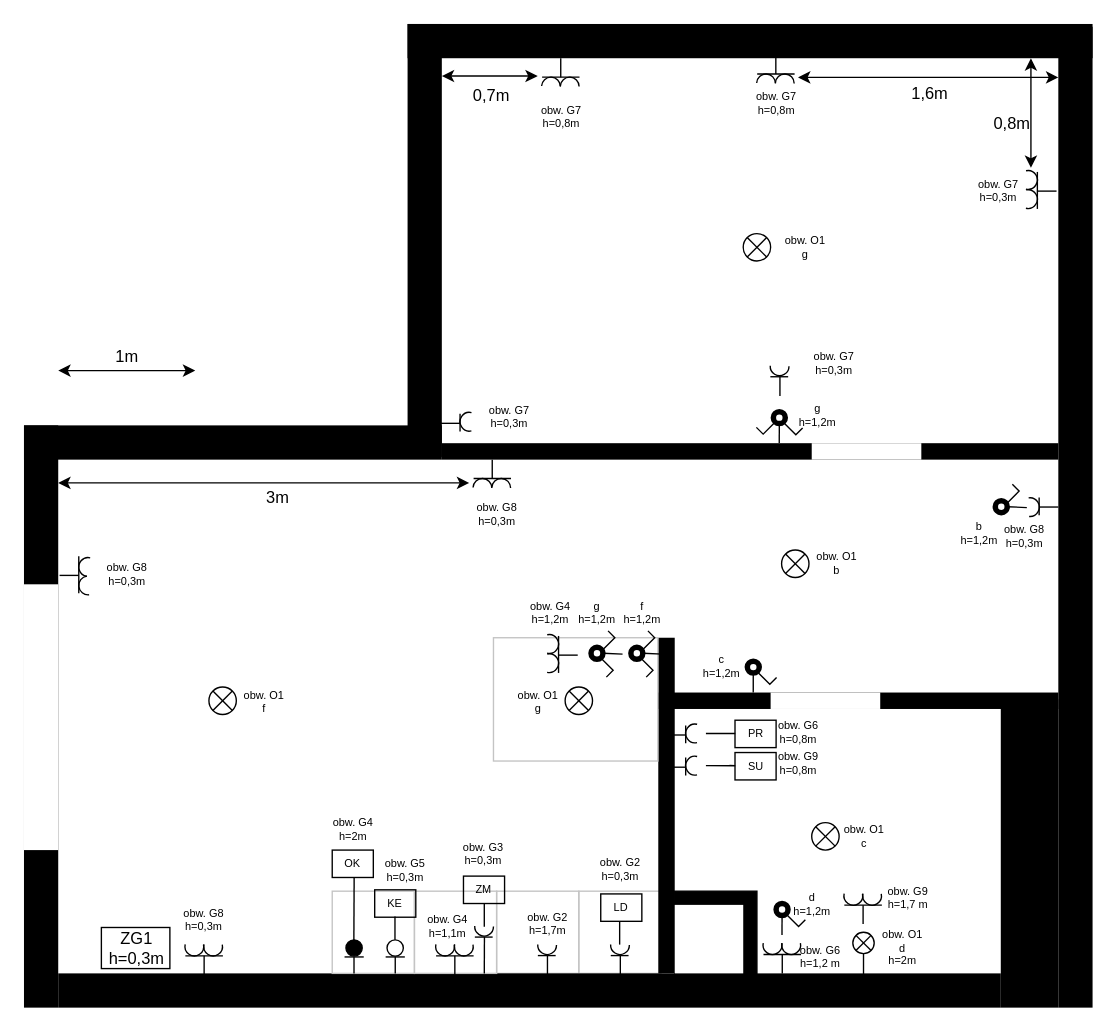
arkadiuszpasek/drawio keeps this draw.io diagram as Untitled Diagram.drawio. Above is the earlier version. Source tidied: cells renumbered, new cells numbered last; positions are measured from the earlier drawing's top-left corner, leaving out a move shared by most shapes. Both pictures are drawn from the tidied source at 137%, with x=0, y=0 at pixel (23, 23).
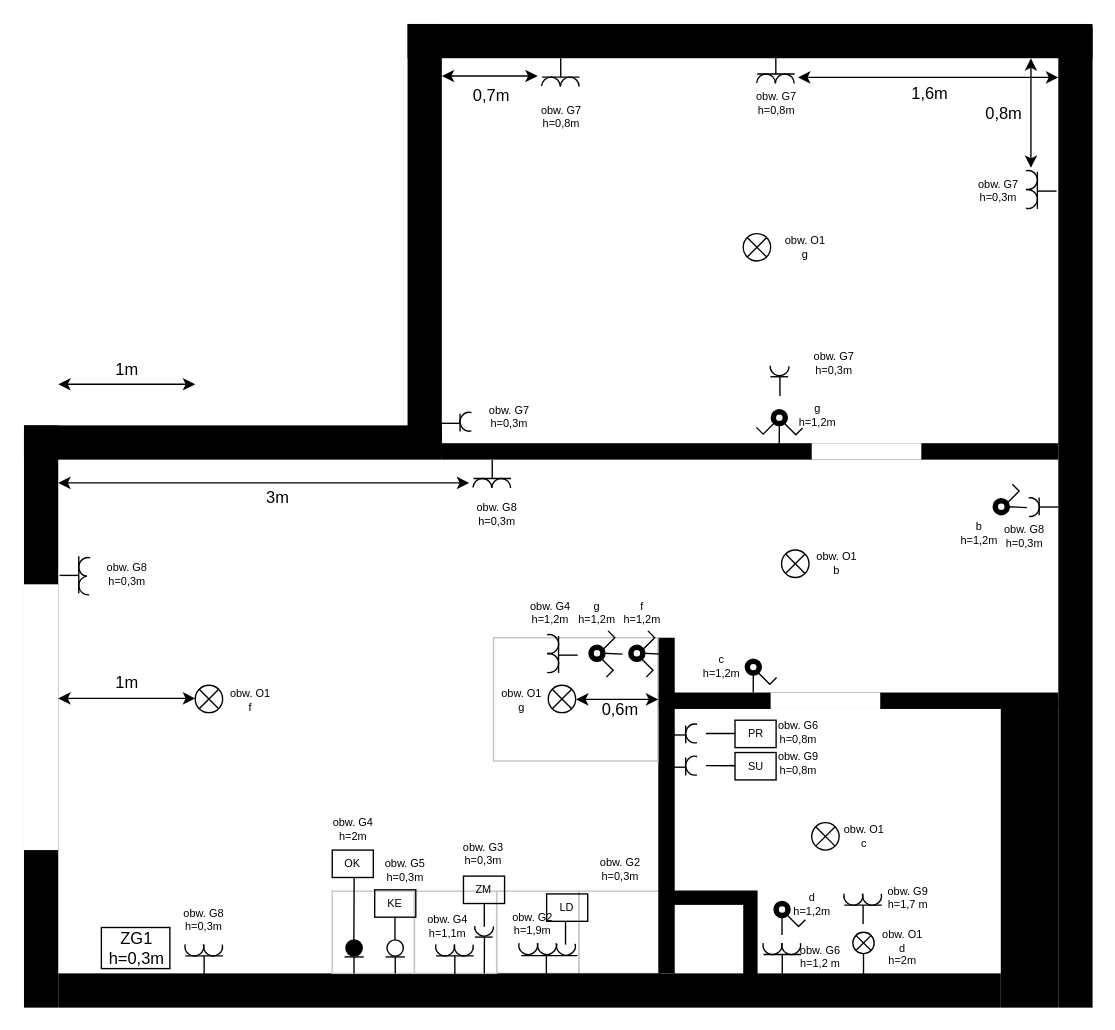
The same page after the edit.

Diff of the diagram source:
```diff
@@
-    <mxCell id="64" style="group;" parent="1" vertex="1">
-      <mxGeometry x="428.2" y="665.5" width="13.7" height="28.5" as="geometry" />
-    </mxCell>
-    <mxCell id="65" style="endArrow=none;html=1;rounded=0;strokeColor=#000000;strokeWidth=1;" parent="64" edge="1">
-      <mxGeometry relative="1" as="geometry">
-        <mxPoint x="7.1" y="28.5" as="sourcePoint" />
-        <mxPoint x="7.1" y="14.5" as="targetPoint" />
-      </mxGeometry>
-    </mxCell>
-    <mxCell id="66" style="endArrow=none;html=1;rounded=0;strokeColor=#000000;strokeWidth=1;" parent="64" edge="1">
-      <mxGeometry relative="1" as="geometry">
-        <mxPoint x="0.1" y="14.5" as="sourcePoint" />
-        <mxPoint x="13.1" y="14.5" as="targetPoint" />
-      </mxGeometry>
-    </mxCell>
-    <mxCell id="67" style="verticalLabelPosition=bottom;verticalAlign=top;html=1;shape=mxgraph.basic.arc;startAngle=0.998191498943807;endAngle=0.5095378621179181;strokeColor=#000000;strokeWidth=1;fillColor=#000000;rotation=0;direction=south;" parent="64" vertex="1">
-      <mxGeometry width="13.7" height="13.7" as="geometry" />
-    </mxCell>
-    <mxCell id="68" style="group;" parent="1" vertex="1">
-      <mxGeometry x="375" y="665.5" width="13.7" height="28.5" as="geometry" />
-    </mxCell>
-    <mxCell id="69" style="endArrow=none;html=1;rounded=0;strokeColor=#000000;strokeWidth=1;" parent="68" edge="1">
-      <mxGeometry relative="1" as="geometry">
-        <mxPoint x="7.1" y="28.5" as="sourcePoint" />
-        <mxPoint x="7.1" y="14.5" as="targetPoint" />
-      </mxGeometry>
-    </mxCell>
-    <mxCell id="70" style="endArrow=none;html=1;rounded=0;strokeColor=#000000;strokeWidth=1;" parent="68" edge="1">
-      <mxGeometry relative="1" as="geometry">
-        <mxPoint x="0.1" y="14.5" as="sourcePoint" />
-        <mxPoint x="13.1" y="14.5" as="targetPoint" />
-      </mxGeometry>
-    </mxCell>
-    <mxCell id="71" style="verticalLabelPosition=bottom;verticalAlign=top;html=1;shape=mxgraph.basic.arc;startAngle=0.998191498943807;endAngle=0.5095378621179181;strokeColor=#000000;strokeWidth=1;fillColor=#000000;rotation=0;direction=south;" parent="68" vertex="1">
-      <mxGeometry width="13.7" height="13.7" as="geometry" />
-    </mxCell>
@@
     <mxCell id="88" style="shape=sumEllipse;perimeter=ellipsePerimeter;whiteSpace=wrap;html=1;backgroundOutline=1;strokeColor=#000000;strokeWidth=1;fillColor=#FFFFFF;" parent="1" vertex="1">
-      <mxGeometry x="395" y="484" width="20" height="20" as="geometry" />
+      <mxGeometry x="382.7" y="482.7" width="20" height="20" as="geometry" />
     </mxCell>
     <mxCell id="89" style="shape=sumEllipse;perimeter=ellipsePerimeter;whiteSpace=wrap;html=1;backgroundOutline=1;strokeColor=#000000;strokeWidth=1;fillColor=#FFFFFF;" parent="1" vertex="1">
-      <mxGeometry x="135" y="484" width="20" height="20" as="geometry" />
+      <mxGeometry x="125" y="482.7" width="20" height="20" as="geometry" />
     </mxCell>
@@
     <mxCell id="164" style="endArrow=none;html=1;rounded=0;fontSize=12;fontColor=#000000;strokeColor=#000000;strokeWidth=1;" parent="1" edge="1">
       <mxGeometry relative="1" as="geometry">
-        <mxPoint x="434.8" y="672" as="sourcePoint" />
-        <mxPoint x="434.8" y="655" as="targetPoint" />
+        <mxPoint x="395.3" y="672" as="sourcePoint" />
+        <mxPoint x="395.3" y="655" as="targetPoint" />
       </mxGeometry>
     </mxCell>
@@
     <mxCell id="171" value="LD" style="text;align=center;verticalAlign=middle;strokeColor=default;fillColor=none;fontSize=8;fontColor=#000000;" parent="1" vertex="1">
-      <mxGeometry x="421" y="635" width="30" height="20" as="geometry" />
+      <mxGeometry x="381.5" y="635" width="30" height="20" as="geometry" />
     </mxCell>
-    <mxCell id="172" value="&lt;div style=&quot;font-size: 8px&quot;&gt;obw. G2&lt;/div&gt;&lt;div style=&quot;font-size: 8px&quot;&gt;h=1,7m&lt;/div&gt;" style="text;html=1;align=center;verticalAlign=middle;strokeColor=none;fillColor=none;fontSize=8;" parent="1" vertex="1">
-      <mxGeometry x="361.8" y="642" width="40" height="30" as="geometry" />
+    <mxCell id="172" value="&lt;div style=&quot;font-size: 8px&quot;&gt;obw. G2&lt;/div&gt;&lt;div style=&quot;font-size: 8px&quot;&gt;h=1,9m&lt;/div&gt;" style="text;html=1;align=center;verticalAlign=middle;strokeColor=none;fillColor=none;fontSize=8;" parent="1" vertex="1">
+      <mxGeometry x="350.8" y="642" width="40" height="30" as="geometry" />
     </mxCell>
@@
     <mxCell id="178" value="&lt;div style=&quot;font-size: 8px&quot;&gt;obw. O1&lt;/div&gt;&lt;div style=&quot;font-size: 8px&quot;&gt;f&lt;br style=&quot;font-size: 8px&quot;&gt;&lt;/div&gt;" style="text;html=1;align=center;verticalAlign=middle;strokeColor=none;fillColor=none;fontSize=8;fontColor=#000000;" parent="1" vertex="1">
-      <mxGeometry x="155" y="480.3" width="40" height="30" as="geometry" />
+      <mxGeometry x="145" y="479" width="40" height="30" as="geometry" />
     </mxCell>
     <mxCell id="179" value="&lt;div style=&quot;font-size: 8px&quot;&gt;obw. O1&lt;/div&gt;&lt;div style=&quot;font-size: 8px&quot;&gt;g&lt;br style=&quot;font-size: 8px&quot;&gt;&lt;/div&gt;" style="text;html=1;align=center;verticalAlign=middle;strokeColor=none;fillColor=none;fontSize=8;fontColor=#000000;" parent="1" vertex="1">
-      <mxGeometry x="355" y="480.3" width="40" height="30" as="geometry" />
+      <mxGeometry x="342.7" y="479" width="40" height="30" as="geometry" />
     </mxCell>
@@
     <mxCell id="192" style="endArrow=classic;startArrow=classic;html=1;rounded=0;fontSize=8;fontColor=#000000;strokeColor=#000000;strokeWidth=1;" parent="1" edge="1">
       <mxGeometry relative="1" as="geometry">
-        <mxPoint x="25" y="253" as="sourcePoint" />
-        <mxPoint x="125" y="253" as="targetPoint" />
+        <mxPoint x="25" y="263" as="sourcePoint" />
+        <mxPoint x="125" y="263" as="targetPoint" />
       </mxGeometry>
     </mxCell>
     <mxCell id="193" value="1m" style="text;html=1;align=center;verticalAlign=middle;strokeColor=none;fillColor=none;fontSize=12;fontColor=#000000;" parent="1" vertex="1">
-      <mxGeometry x="60" y="233" width="30" height="20" as="geometry" />
+      <mxGeometry x="60" y="243" width="30" height="20" as="geometry" />
     </mxCell>
@@
     <mxCell id="202" value="0,8m" style="text;html=1;align=center;verticalAlign=middle;strokeColor=none;fillColor=none;" parent="1" vertex="1">
-      <mxGeometry x="700.5" y="62.5" width="40" height="20" as="geometry" />
+      <mxGeometry x="695" y="56" width="40" height="20" as="geometry" />
     </mxCell>
+    <mxCell id="203" style="group;" parent="1" vertex="1">
+      <mxGeometry x="358.7" y="663" width="46.3" height="30" as="geometry" />
+    </mxCell>
+    <mxCell id="204" style="endArrow=none;html=1;rounded=0;strokeColor=#000000;strokeWidth=1;" parent="203" edge="1">
+      <mxGeometry relative="1" as="geometry">
+        <mxPoint x="22.6" y="30" as="sourcePoint" />
+        <mxPoint x="22.6" y="16.2" as="targetPoint" />
+      </mxGeometry>
+    </mxCell>
+    <mxCell id="205" style="endArrow=none;html=1;rounded=0;strokeColor=#000000;strokeWidth=1;" parent="203" edge="1">
+      <mxGeometry relative="1" as="geometry">
+        <mxPoint x="4.2" y="17" as="sourcePoint" />
+        <mxPoint x="45.2" y="17" as="targetPoint" />
+      </mxGeometry>
+    </mxCell>
+    <mxCell id="206" style="verticalLabelPosition=bottom;verticalAlign=top;html=1;shape=mxgraph.basic.arc;startAngle=0.3;endAngle=0.8683723776933644;strokeColor=#000000;strokeWidth=1;fillColor=#000000;rotation=-30;" parent="203" vertex="1">
+      <mxGeometry x="16.2" y="2.5" width="13.7" height="13.7" as="geometry" />
+    </mxCell>
+    <mxCell id="207" style="verticalLabelPosition=bottom;verticalAlign=top;html=1;shape=mxgraph.basic.arc;startAngle=0.3;endAngle=0.8683723776933644;strokeColor=#000000;strokeWidth=1;fillColor=#000000;rotation=-30;" parent="203" vertex="1">
+      <mxGeometry x="2.5" y="2.5" width="13.7" height="13.7" as="geometry" />
+    </mxCell>
+    <mxCell id="208" style="verticalLabelPosition=bottom;verticalAlign=top;html=1;shape=mxgraph.basic.arc;startAngle=0.3;endAngle=0.8683723776933644;strokeColor=#000000;strokeWidth=1;fillColor=#000000;rotation=-30;" parent="203" vertex="1">
+      <mxGeometry x="30.1" y="3" width="13.7" height="13.7" as="geometry" />
+    </mxCell>
+    <mxCell id="209" style="endArrow=classic;startArrow=classic;html=1;rounded=0;fontSize=8;fontColor=#000000;strokeColor=#000000;strokeWidth=1;" parent="1" edge="1">
+      <mxGeometry relative="1" as="geometry">
+        <mxPoint x="25" y="492.3" as="sourcePoint" />
+        <mxPoint x="125" y="492.3" as="targetPoint" />
+      </mxGeometry>
+    </mxCell>
+    <mxCell id="210" value="1m" style="text;html=1;align=center;verticalAlign=middle;strokeColor=none;fillColor=none;fontSize=12;fontColor=#000000;" parent="1" vertex="1">
+      <mxGeometry x="60" y="470.9" width="30" height="20" as="geometry" />
+    </mxCell>
+    <mxCell id="211" style="endArrow=classic;startArrow=classic;html=1;rounded=0;fontSize=8;fontColor=#000000;strokeColor=#000000;strokeWidth=1;" parent="1" edge="1">
+      <mxGeometry relative="1" as="geometry">
+        <mxPoint x="403" y="493" as="sourcePoint" />
+        <mxPoint x="463" y="493" as="targetPoint" />
+      </mxGeometry>
+    </mxCell>
+    <mxCell id="212" value="0,6m" style="text;html=1;align=center;verticalAlign=middle;strokeColor=none;fillColor=none;fontSize=12;fontColor=#000000;" parent="1" vertex="1">
+      <mxGeometry x="415" y="490.9" width="40" height="20" as="geometry" />
+    </mxCell>
```
